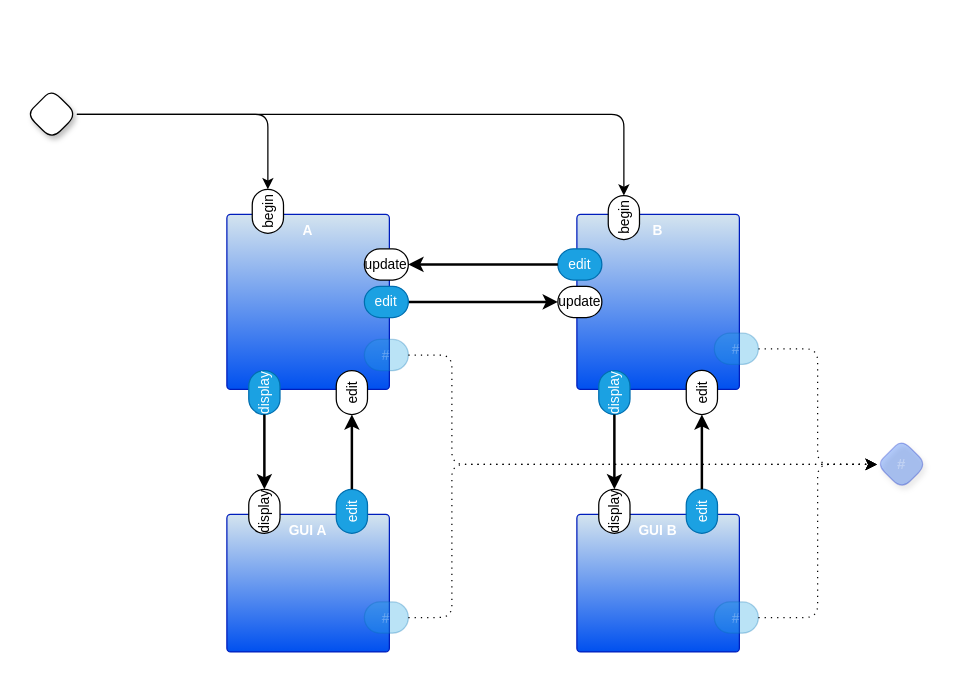
guitarvydas/raw-pbp keeps this draw.io diagram as cells.drawio. Above is the earlier version. Source tidied: cells renumbered, new cells numbered last; positions are measured from the earlier drawing's top-left corner, leaving out a move shared by most shapes. Both pictures are drawn from the tidied source at 125%, with x=0, y=0 at pixel (26, 89).
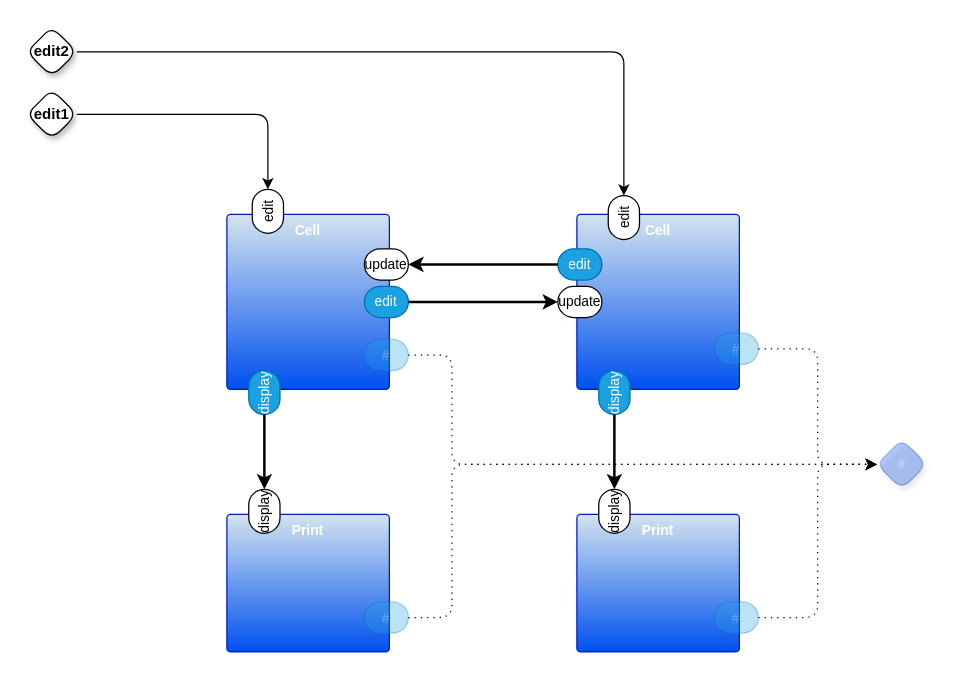
The same page after the edit.

The edit, as a diff of the source:
```diff
@@
     <mxCell id="2" style="edgeStyle=orthogonalEdgeStyle;shape=connector;curved=0;rounded=1;jumpStyle=gap;jettySize=auto;html=1;exitX=1;exitY=0.5;exitDx=0;exitDy=0;exitPerimeter=0;entryX=1;entryY=0.5;entryDx=0;entryDy=0;entryPerimeter=0;strokeColor=default;strokeWidth=1;align=center;verticalAlign=middle;fontFamily=Helvetica;fontSize=11;fontColor=default;labelBackgroundColor=default;endArrow=classic;" parent="1" edge="1" source="9" target="20">
       <mxGeometry relative="1" as="geometry">
         <Array as="points">
-          <mxPoint x="40" y="20" />
-          <mxPoint x="478" y="20" />
+          <mxPoint x="478" y="-30" />
         </Array>
       </mxGeometry>
     </mxCell>
-    <mxCell id="3" value="A" style="rounded=1;whiteSpace=wrap;html=1;sketch=0;verticalAlign=top;arcSize=6;fontStyle=1;absoluteArcSize=1;shadow=0;strokeColor=#001DBC;fillColor=#D4E4EF;fontColor=#ffffff;fontFamily=Helvetica;fontSize=11;gradientColor=#0050EF;" parent="1" vertex="1">
+    <mxCell id="3" value="Cell" style="rounded=1;whiteSpace=wrap;html=1;sketch=0;verticalAlign=top;arcSize=6;fontStyle=1;absoluteArcSize=1;shadow=0;strokeColor=#001DBC;fillColor=#D4E4EF;fontColor=#ffffff;fontFamily=Helvetica;fontSize=11;gradientColor=#0050EF;" parent="1" vertex="1">
       <mxGeometry x="160" y="100" width="130" height="140" as="geometry" />
     </mxCell>
@@
-    <mxCell id="6" value="edit" style="rounded=1;whiteSpace=wrap;html=1;sketch=0;points=[[0,0.5,0,0,0],[1,0.5,0,0,0]];arcSize=50;fontFamily=Helvetica;fontSize=11;rotation=-90;" parent="3" vertex="1">
-      <mxGeometry x="82.4" y="130" width="35.2" height="25" as="geometry" />
-    </mxCell>
-    <mxCell id="7" value="begin" style="rounded=1;whiteSpace=wrap;html=1;sketch=0;points=[[0,0.5,0,0,0],[1,0.5,0,0,0]];arcSize=50;fontFamily=Helvetica;fontSize=11;rotation=-90;" parent="3" vertex="1">
+    <mxCell id="7" value="edit" style="rounded=1;whiteSpace=wrap;html=1;sketch=0;points=[[0,0.5,0,0,0],[1,0.5,0,0,0]];arcSize=50;fontFamily=Helvetica;fontSize=11;rotation=-90;" parent="3" vertex="1">
       <mxGeometry x="15.2" y="-15" width="35.2" height="25" as="geometry" />
     </mxCell>
+    <mxCell id="36" value="update" style="rounded=1;whiteSpace=wrap;html=1;sketch=0;points=[[0,0.5,0,0,0],[1,0.5,0,0,0]];arcSize=50;fontFamily=Helvetica;fontSize=11;" parent="3" vertex="1">
+      <mxGeometry x="110" y="27.5" width="35.2" height="25" as="geometry" />
+    </mxCell>
+    <mxCell id="35" value="edit" style="rounded=1;whiteSpace=wrap;html=1;sketch=0;points=[[0,0.5,0,0,0],[1,0.5,0,0,0]];fillColor=#1ba1e2;fontColor=#ffffff;strokeColor=#006EAF;arcSize=50;fontFamily=Helvetica;fontSize=11;" parent="3" vertex="1">
+      <mxGeometry x="110" y="57.5" width="35.2" height="25" as="geometry" />
+    </mxCell>
-    <mxCell id="8" style="edgeStyle=orthogonalEdgeStyle;shape=connector;curved=0;rounded=1;jettySize=auto;html=1;exitX=1;exitY=0.5;exitDx=0;exitDy=0;exitPerimeter=0;strokeColor=default;align=center;verticalAlign=middle;fontFamily=Helvetica;fontSize=11;fontColor=default;labelBackgroundColor=default;endArrow=classic;strokeWidth=1;jumpStyle=gap;entryX=1;entryY=0.5;entryDx=0;entryDy=0;entryPerimeter=0;" parent="1" edge="1" source="9" target="7">
+    <mxCell id="8" style="edgeStyle=orthogonalEdgeStyle;shape=connector;curved=0;rounded=1;jettySize=auto;html=1;exitX=1;exitY=0.5;exitDx=0;exitDy=0;exitPerimeter=0;strokeColor=default;align=center;verticalAlign=middle;fontFamily=Helvetica;fontSize=11;fontColor=default;labelBackgroundColor=default;endArrow=classic;strokeWidth=1;jumpStyle=gap;entryX=1;entryY=0.5;entryDx=0;entryDy=0;entryPerimeter=0;" parent="1" edge="1" source="38" target="7">
       <mxGeometry relative="1" as="geometry">
         <Array as="points">
-          <mxPoint x="40" y="20" />
           <mxPoint x="193" y="20" />
         </Array>
       </mxGeometry>
     </mxCell>
-    <mxCell id="9" style="rhombus;whiteSpace=wrap;html=1;rounded=1;fontStyle=1;glass=0;sketch=0;fontSize=12;points=[[0,0.5,0,0,0],[0.5,0,0,0,0],[0.5,1,0,0,0],[1,0.5,0,0,0]];shadow=1;fontFamily=Helvetica;fontColor=default;" parent="1" vertex="1">
-      <mxGeometry width="40" height="40" as="geometry" />
+    <mxCell id="9" value="edit2" style="rhombus;whiteSpace=wrap;html=1;rounded=1;fontStyle=1;glass=0;sketch=0;fontSize=12;points=[[0,0.5,0,0,0],[0.5,0,0,0,0],[0.5,1,0,0,0],[1,0.5,0,0,0]];shadow=1;fontFamily=Helvetica;fontColor=default;" parent="1" vertex="1">
+      <mxGeometry y="-50" width="40" height="40" as="geometry" />
     </mxCell>
@@
-    <mxCell id="11" value="GUI A" style="rounded=1;whiteSpace=wrap;html=1;sketch=0;verticalAlign=top;arcSize=6;fontStyle=1;absoluteArcSize=1;shadow=0;strokeColor=#001DBC;fillColor=#D4E4EF;fontColor=#ffffff;fontFamily=Helvetica;fontSize=11;gradientColor=#0050EF;" parent="1" vertex="1">
+    <mxCell id="11" value="Print" style="rounded=1;whiteSpace=wrap;html=1;sketch=0;verticalAlign=top;arcSize=6;fontStyle=1;absoluteArcSize=1;shadow=0;strokeColor=#001DBC;fillColor=#D4E4EF;fontColor=#ffffff;fontFamily=Helvetica;fontSize=11;gradientColor=#0050EF;" parent="1" vertex="1">
       <mxGeometry x="160" y="340" width="130" height="110" as="geometry" />
     </mxCell>
@@
-    <mxCell id="13" value="edit" style="rounded=1;whiteSpace=wrap;html=1;sketch=0;points=[[0,0.5,0,0,0],[1,0.5,0,0,0]];fillColor=#1ba1e2;fontColor=#ffffff;strokeColor=#006EAF;arcSize=50;fontFamily=Helvetica;fontSize=11;rotation=-90;" parent="11" vertex="1">
-      <mxGeometry x="82.4" y="-15" width="35.2" height="25" as="geometry" />
-    </mxCell>
@@
-    <mxCell id="16" style="edgeStyle=orthogonalEdgeStyle;rounded=1;jettySize=auto;html=1;exitX=1;exitY=0.5;exitDx=0;exitDy=0;exitPerimeter=0;entryX=0;entryY=0.5;entryDx=0;entryDy=0;entryPerimeter=0;strokeWidth=2;curved=0;" parent="1" edge="1" source="13" target="6">
-      <mxGeometry relative="1" as="geometry" />
-    </mxCell>
-    <mxCell id="17" value="B" style="rounded=1;whiteSpace=wrap;html=1;sketch=0;verticalAlign=top;arcSize=6;fontStyle=1;absoluteArcSize=1;shadow=0;strokeColor=#001DBC;fillColor=#D4E4EF;fontColor=#ffffff;fontFamily=Helvetica;fontSize=11;gradientColor=#0050EF;" parent="1" vertex="1">
+    <mxCell id="17" value="Cell" style="rounded=1;whiteSpace=wrap;html=1;sketch=0;verticalAlign=top;arcSize=6;fontStyle=1;absoluteArcSize=1;shadow=0;strokeColor=#001DBC;fillColor=#D4E4EF;fontColor=#ffffff;fontFamily=Helvetica;fontSize=11;gradientColor=#0050EF;" parent="1" vertex="1">
       <mxGeometry x="440" y="100" width="130" height="140" as="geometry" />
     </mxCell>
@@
-    <mxCell id="19" value="edit" style="rounded=1;whiteSpace=wrap;html=1;sketch=0;points=[[0,0.5,0,0,0],[1,0.5,0,0,0]];arcSize=50;fontFamily=Helvetica;fontSize=11;rotation=-90;" parent="17" vertex="1">
-      <mxGeometry x="82.4" y="130" width="35.2" height="25" as="geometry" />
-    </mxCell>
-    <mxCell id="20" value="begin" style="rounded=1;whiteSpace=wrap;html=1;sketch=0;points=[[0,0.5,0,0,0],[1,0.5,0,0,0]];arcSize=50;fontFamily=Helvetica;fontSize=11;rotation=-90;" parent="17" vertex="1">
+    <mxCell id="20" value="edit" style="rounded=1;whiteSpace=wrap;html=1;sketch=0;points=[[0,0.5,0,0,0],[1,0.5,0,0,0]];arcSize=50;fontFamily=Helvetica;fontSize=11;rotation=-90;" parent="17" vertex="1">
       <mxGeometry x="20" y="-10" width="35.2" height="25" as="geometry" />
     </mxCell>
@@
+    <mxCell id="34" value="#" style="rounded=1;whiteSpace=wrap;html=1;sketch=0;points=[[0,0.5,0,0,0],[1,0.5,0,0,0]];fillColor=#1ba1e2;fontColor=#ffffff;strokeColor=#006EAF;arcSize=50;fontFamily=Helvetica;fontSize=11;textOpacity=30;opacity=30;" parent="17" vertex="1">
+      <mxGeometry x="110" y="95" width="35.2" height="25" as="geometry" />
+    </mxCell>
-    <mxCell id="23" value="GUI B" style="rounded=1;whiteSpace=wrap;html=1;sketch=0;verticalAlign=top;arcSize=6;fontStyle=1;absoluteArcSize=1;shadow=0;strokeColor=#001DBC;fillColor=#D4E4EF;fontColor=#ffffff;fontFamily=Helvetica;fontSize=11;gradientColor=#0050EF;" parent="1" vertex="1">
+    <mxCell id="23" value="Print" style="rounded=1;whiteSpace=wrap;html=1;sketch=0;verticalAlign=top;arcSize=6;fontStyle=1;absoluteArcSize=1;shadow=0;strokeColor=#001DBC;fillColor=#D4E4EF;fontColor=#ffffff;fontFamily=Helvetica;fontSize=11;gradientColor=#0050EF;" parent="1" vertex="1">
       <mxGeometry x="440" y="340" width="130" height="110" as="geometry" />
     </mxCell>
@@
-    <mxCell id="25" value="edit" style="rounded=1;whiteSpace=wrap;html=1;sketch=0;points=[[0,0.5,0,0,0],[1,0.5,0,0,0]];fillColor=#1ba1e2;fontColor=#ffffff;strokeColor=#006EAF;arcSize=50;fontFamily=Helvetica;fontSize=11;rotation=-90;" parent="23" vertex="1">
-      <mxGeometry x="82.4" y="-15" width="35.2" height="25" as="geometry" />
-    </mxCell>
@@
-    <mxCell id="28" style="edgeStyle=orthogonalEdgeStyle;rounded=1;jettySize=auto;html=1;exitX=1;exitY=0.5;exitDx=0;exitDy=0;exitPerimeter=0;entryX=0;entryY=0.5;entryDx=0;entryDy=0;entryPerimeter=0;strokeWidth=2;curved=0;" parent="1" edge="1" source="25" target="19">
-      <mxGeometry relative="1" as="geometry" />
-    </mxCell>
@@
-    <mxCell id="34" value="#" style="rounded=1;whiteSpace=wrap;html=1;sketch=0;points=[[0,0.5,0,0,0],[1,0.5,0,0,0]];fillColor=#1ba1e2;fontColor=#ffffff;strokeColor=#006EAF;arcSize=50;fontFamily=Helvetica;fontSize=11;textOpacity=30;opacity=30;" parent="1" vertex="1">
-      <mxGeometry x="550" y="195" width="35.2" height="25" as="geometry" />
-    </mxCell>
-    <mxCell id="35" value="edit" style="rounded=1;whiteSpace=wrap;html=1;sketch=0;points=[[0,0.5,0,0,0],[1,0.5,0,0,0]];fillColor=#1ba1e2;fontColor=#ffffff;strokeColor=#006EAF;arcSize=50;fontFamily=Helvetica;fontSize=11;" parent="1" vertex="1">
-      <mxGeometry x="270" y="157.5" width="35.2" height="25" as="geometry" />
-    </mxCell>
-    <mxCell id="36" value="update" style="rounded=1;whiteSpace=wrap;html=1;sketch=0;points=[[0,0.5,0,0,0],[1,0.5,0,0,0]];arcSize=50;fontFamily=Helvetica;fontSize=11;" parent="1" vertex="1">
-      <mxGeometry x="270" y="127.5" width="35.2" height="25" as="geometry" />
-    </mxCell>
@@
+    <mxCell id="38" value="edit1" style="rhombus;whiteSpace=wrap;html=1;rounded=1;fontStyle=1;glass=0;sketch=0;fontSize=12;points=[[0,0.5,0,0,0],[0.5,0,0,0,0],[0.5,1,0,0,0],[1,0.5,0,0,0]];shadow=1;fontFamily=Helvetica;fontColor=default;" parent="1" vertex="1">
+      <mxGeometry width="40" height="40" as="geometry" />
+    </mxCell>
```
